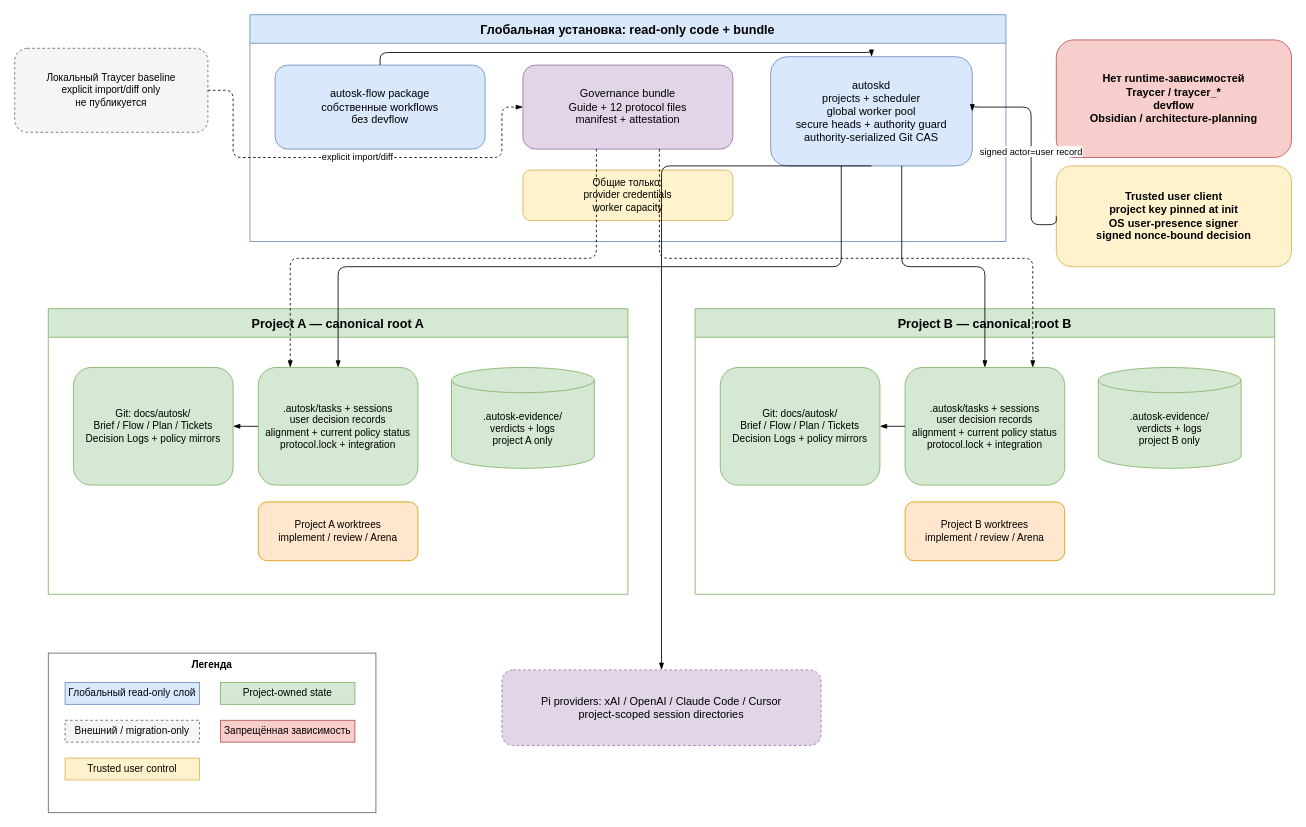
This is page "Multi-project architecture" (2 of 2) of diagrams/autosk-flow.drawio from Valeron2206/autosk-traycer-flow, a draw.io file, before an edit. Source tidied: cells renumbered, new cells numbered last; positions are measured from the earlier drawing's top-left corner, leaving out a move shared by most shapes. Both pictures are drawn from the tidied source at 84%, with x=0, y=0 at pixel (14, 14).
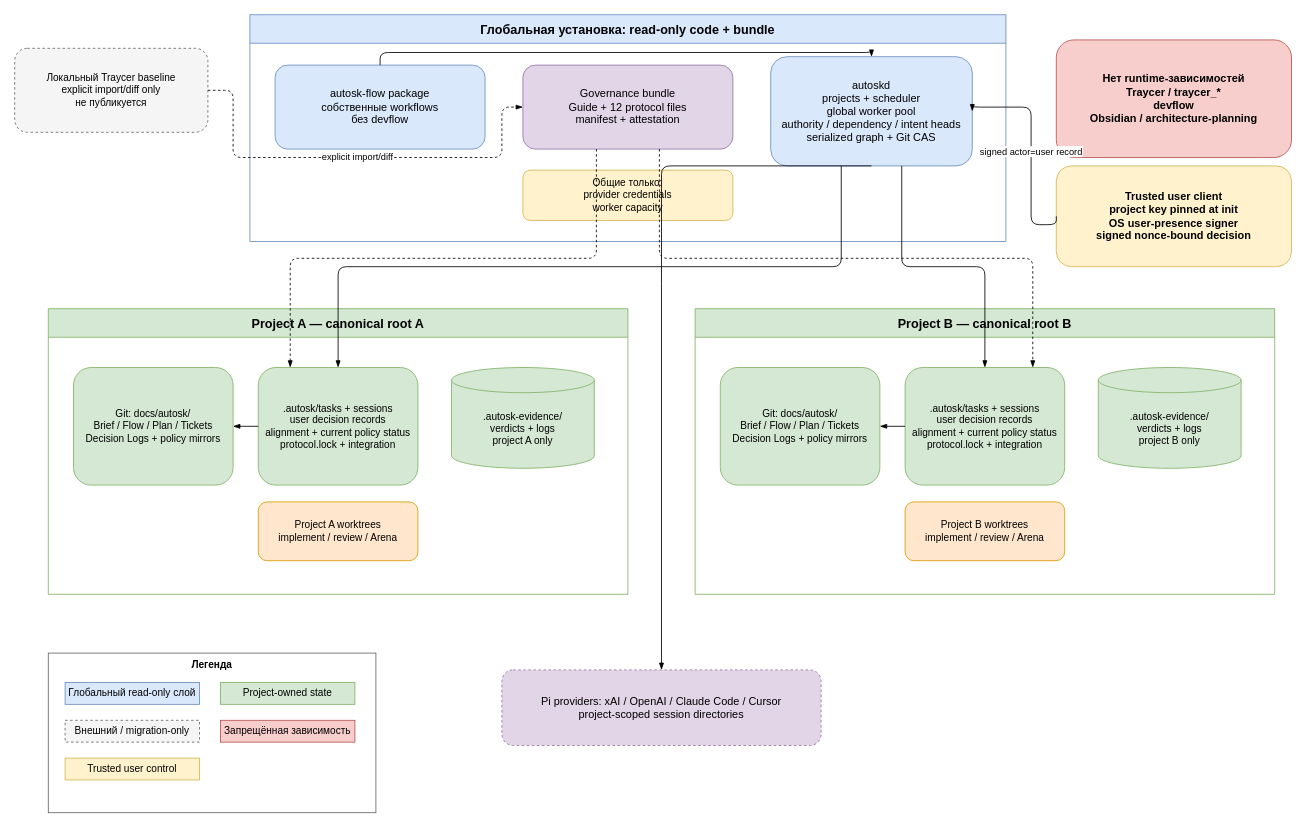
After the change.

Commit message (it also covers changes not shown here):
docs(flow): harden authority custody

Unchanged cells that the change refers to:
```xml
<mxCell id="2" value="Глобальная установка: read-only code + bundle" style="swimlane;startSize=34;html=1;whiteSpace=wrap;fillColor=#dae8fc;strokeColor=#6c8ebf;fontStyle=1;fontSize=15;" parent="1" vertex="1">
  <mxGeometry x="280" width="900" height="270" as="geometry" />
</mxCell>
```

Diff of the diagram source:
```diff
@@
-    <mxCell id="5" value="autoskd&#10;projects + scheduler&#10;global worker pool&#10;secure heads + authority guard&#10;authority-serialized Git CAS" style="rounded=1;whiteSpace=wrap;html=1;fillColor=#dae8fc;strokeColor=#6c8ebf;fontSize=13;" parent="2" vertex="1">
+    <mxCell id="5" value="autoskd&#10;projects + scheduler&#10;global worker pool&#10;authority / dependency / intent heads&#10;serialized graph + Git CAS" style="rounded=1;whiteSpace=wrap;html=1;fillColor=#dae8fc;strokeColor=#6c8ebf;fontSize=13;" parent="2" vertex="1">
       <mxGeometry x="620" y="50" width="240" height="130" as="geometry" />
     </mxCell>
```
